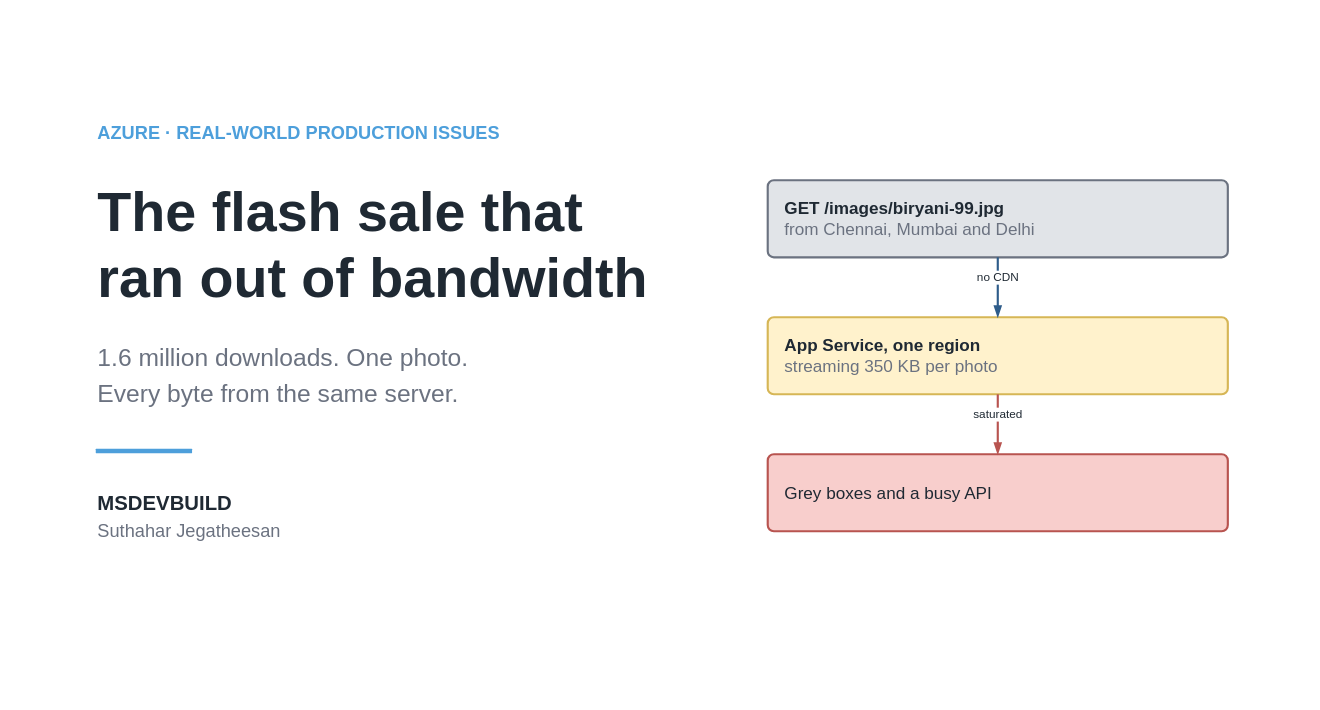
Before: src/content/blog/azure-production-issues/azure-front-door-cdn-flash-sale/diagrams/azure-front-door-cdn-flash-sale-cover.drawio in jssuthahar/blog, a draw.io diagram. Source tidied: cells renumbered, new cells numbered last; positions are measured from the earlier drawing's top-left corner, leaving out a move shared by most shapes. Both pictures are drawn from the tidied source at 107%, with x=0, y=0 at pixel (18, 18).
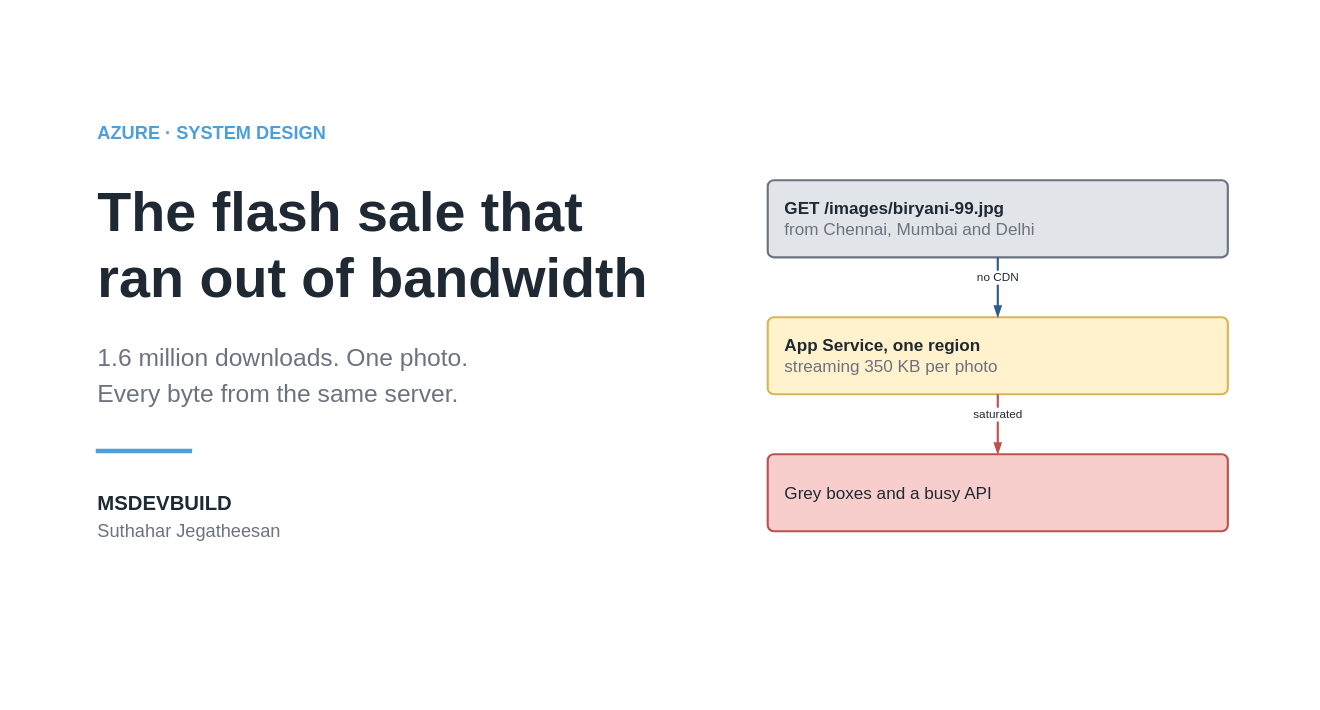
Above is the later version.

The edit, as a diff of the source:
```diff
@@
 <mxGraphModel>
   <root>
     <mxCell id="0" />
     <mxCell id="1" parent="0" />
     <mxCell id="2" style="rounded=0;whiteSpace=wrap;html=1;fillColor=#FFFFFF;strokeColor=none;" parent="1" vertex="1">
       <mxGeometry width="1200" height="630" as="geometry" />
     </mxCell>
     <mxCell id="3" style="rounded=1;arcSize=8;whiteSpace=wrap;html=1;fillColor=#FFFFFF;strokeColor=none;strokeWidth=2;fontSize=12;fontColor=#1F2933;align=center;" parent="1" vertex="1">
       <mxGeometry width="1200" height="630" as="geometry" />
     </mxCell>
-    <mxCell id="4" value="AZURE  ·  REAL-WORLD PRODUCTION ISSUES" style="text;html=1;align=left;verticalAlign=middle;fontSize=17;fontColor=#4D9FDB;fontStyle=1;" parent="1" vertex="1">
+    <mxCell id="4" value="AZURE  ·  SYSTEM DESIGN" style="text;html=1;align=left;verticalAlign=middle;fontSize=17;fontColor=#4D9FDB;fontStyle=1;" parent="1" vertex="1">
       <mxGeometry x="72" y="96" width="560" height="24" as="geometry" />
     </mxCell>
     <mxCell id="5" value="The flash sale that" style="text;html=1;align=left;verticalAlign=middle;fontSize=52;fontColor=#1F2933;fontStyle=1;" parent="1" vertex="1">
       <mxGeometry x="72" y="150" width="600" height="62" as="geometry" />
     </mxCell>
     <mxCell id="6" value="ran out of bandwidth" style="text;html=1;align=left;verticalAlign=middle;fontSize=52;fontColor=#1F2933;fontStyle=1;" parent="1" vertex="1">
       <mxGeometry x="72" y="212" width="600" height="62" as="geometry" />
     </mxCell>
     <mxCell id="7" value="1.6 million downloads. One photo." style="text;html=1;align=left;verticalAlign=middle;fontSize=23;fontColor=#6B7280;fontStyle=0;" parent="1" vertex="1">
       <mxGeometry x="72" y="300" width="580" height="34" as="geometry" />
     </mxCell>
     <mxCell id="8" value="Every byte from the same server." style="text;html=1;align=left;verticalAlign=middle;fontSize=23;fontColor=#6B7280;fontStyle=0;" parent="1" vertex="1">
       <mxGeometry x="72" y="334" width="580" height="34" as="geometry" />
     </mxCell>
     <mxCell id="9" style="rounded=1;arcSize=8;whiteSpace=wrap;html=1;fillColor=#4D9FDB;strokeColor=none;strokeWidth=2;fontSize=12;fontColor=#1F2933;align=center;" parent="1" vertex="1">
       <mxGeometry x="72" y="402" width="90" height="4" as="geometry" />
     </mxCell>
     <mxCell id="10" value="MSDEVBUILD" style="text;html=1;align=left;verticalAlign=middle;fontSize=19;fontColor=#1F2933;fontStyle=1;" parent="1" vertex="1">
       <mxGeometry x="72" y="440" width="320" height="28" as="geometry" />
     </mxCell>
     <mxCell id="11" value="Suthahar Jegatheesan" style="text;html=1;align=left;verticalAlign=middle;fontSize=17;fontColor=#6B7280;fontStyle=0;" parent="1" vertex="1">
       <mxGeometry x="72" y="468" width="320" height="24" as="geometry" />
     </mxCell>
     <mxCell id="12" value="&lt;b&gt;GET /images/biryani-99.jpg&lt;/b&gt;&lt;br&gt;&lt;font color='#6B7280'&gt;from Chennai, Mumbai and Delhi&lt;/font&gt;" style="rounded=1;arcSize=8;whiteSpace=wrap;html=1;fillColor=#E1E4E8;strokeColor=#6B7280;strokeWidth=2;fontSize=16;fontColor=#1F2933;align=left;spacingLeft=14;" parent="1" vertex="1">
       <mxGeometry x="700" y="151" width="430" height="72" as="geometry" />
     </mxCell>
     <mxCell id="13" value="&lt;b&gt;App Service, one region&lt;/b&gt;&lt;br&gt;&lt;font color='#6B7280'&gt;streaming 350 KB per photo&lt;/font&gt;" style="rounded=1;arcSize=8;whiteSpace=wrap;html=1;fillColor=#FFF2CC;strokeColor=#D6B656;strokeWidth=2;fontSize=16;fontColor=#1F2933;align=left;spacingLeft=14;" parent="1" vertex="1">
       <mxGeometry x="700" y="279" width="430" height="72" as="geometry" />
     </mxCell>
     <mxCell id="14" value="no CDN" style="html=1;rounded=0;strokeColor=#2E5C8A;strokeWidth=2;endArrow=blockThin;endFill=1;endSize=6;fontSize=11;fontColor=#1F2933;labelBackgroundColor=#FFFFFF;verticalAlign=bottom;align=center;" parent="1" edge="1">
       <mxGeometry relative="1" as="geometry">
         <mxPoint x="915" y="223" as="sourcePoint" />
         <mxPoint x="915" y="279" as="targetPoint" />
       </mxGeometry>
     </mxCell>
     <mxCell id="15" value="Grey boxes and a busy API" style="rounded=1;arcSize=8;whiteSpace=wrap;html=1;fillColor=#F8CECC;strokeColor=#B85450;strokeWidth=2;fontSize=16;fontColor=#1F2933;align=left;spacingLeft=14;" parent="1" vertex="1">
       <mxGeometry x="700" y="407" width="430" height="72" as="geometry" />
     </mxCell>
     <mxCell id="16" value="saturated" style="html=1;rounded=0;strokeColor=#B85450;strokeWidth=2;endArrow=blockThin;endFill=1;endSize=6;fontSize=11;fontColor=#1F2933;labelBackgroundColor=#FFFFFF;verticalAlign=bottom;align=center;" parent="1" edge="1">
       <mxGeometry relative="1" as="geometry">
         <mxPoint x="915" y="351" as="sourcePoint" />
         <mxPoint x="915" y="407" as="targetPoint" />
       </mxGeometry>
     </mxCell>
   </root>
 </mxGraphModel>
```
